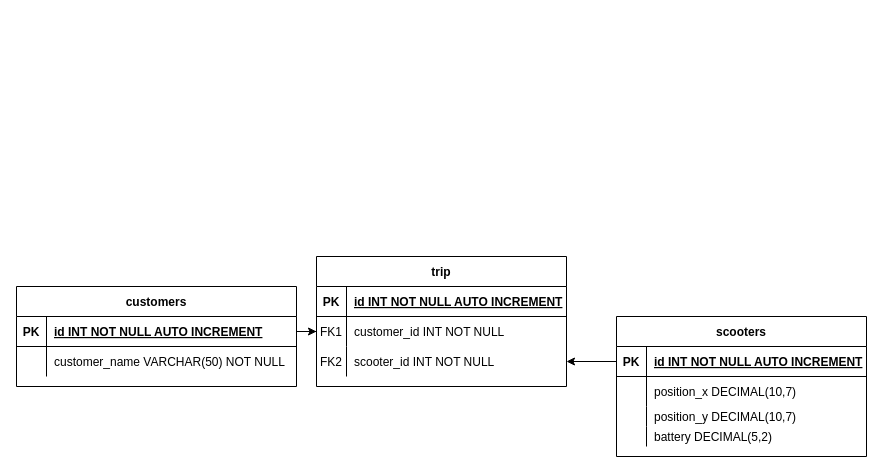
Above: er-diagram.drawio in best-scooter/sds (draw.io), before the change. Source tidied: cells renumbered, new cells numbered last; positions are measured from the earlier drawing's top-left corner, leaving out a move shared by most shapes. Both pictures are drawn from the tidied source at 100%, with x=0, y=0 at pixel (16, 256).
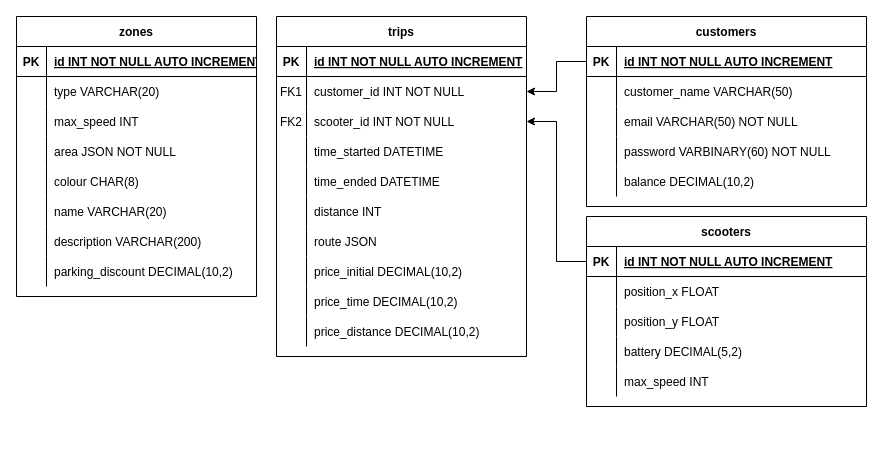
Above is the later version.

Unchanged cells that the change refers to:
```xml
<mxCell id="19" style="shape=partialRectangle;fillColor=none;points=[[0,0.5],[1,0.5]];portConstraint=eastwest;top=0;left=0;right=0;bottom=0;" parent="15" vertex="1">
  <mxGeometry y="60" width="250" height="30" as="geometry" />
</mxCell>
<mxCell id="26" style="shape=partialRectangle;fillColor=none;points=[[0,0.5],[1,0.5]];portConstraint=eastwest;top=0;left=0;right=0;bottom=1;" parent="25" vertex="1">
  <mxGeometry y="30" width="280" height="30" as="geometry" />
</mxCell>
<mxCell id="29" style="shape=partialRectangle;fillColor=none;top=0;left=0;right=0;bottom=0;" parent="25" vertex="1">
  <mxGeometry y="60" width="280" height="30" as="geometry" />
</mxCell>
```

What changed in the source:
```diff
@@
     <mxCell id="2" value="scooters" style="shape=table;startSize=30;childLayout=tableLayout;rowLines=0;fontStyle=1;align=center;" parent="1" vertex="1">
-      <mxGeometry x="600" y="60" width="250" height="140" as="geometry" />
+      <mxGeometry x="570" y="-40" width="280" height="190" as="geometry" />
     </mxCell>
     <mxCell id="3" style="shape=partialRectangle;fillColor=none;points=[[0,0.5],[1,0.5]];portConstraint=eastwest;top=0;left=0;right=0;bottom=1;" parent="2" vertex="1">
-      <mxGeometry y="30" width="250" height="30" as="geometry" />
+      <mxGeometry y="30" width="280" height="30" as="geometry" />
     </mxCell>
@@
     <mxCell id="5" value="id INT NOT NULL AUTO INCREMENT" style="shape=partialRectangle;overflow=hidden;fillColor=none;top=0;left=0;bottom=0;right=0;align=left;spacingLeft=6;fontStyle=5;" parent="3" vertex="1">
-      <mxGeometry x="30" width="220" height="30" as="geometry" />
+      <mxGeometry x="30" width="250" height="30" as="geometry" />
     </mxCell>
     <mxCell id="6" style="shape=partialRectangle;fillColor=none;top=0;left=0;right=0;bottom=0;" parent="2" vertex="1">
-      <mxGeometry y="60" width="250" height="30" as="geometry" />
+      <mxGeometry y="60" width="280" height="30" as="geometry" />
     </mxCell>
@@
-    <mxCell id="8" value="position_x DECIMAL(10,7)" style="shape=partialRectangle;overflow=hidden;fillColor=none;top=0;left=0;bottom=0;right=0;align=left;spacingLeft=6;" parent="6" vertex="1">
-      <mxGeometry x="30" width="220" height="30" as="geometry" />
+    <mxCell id="8" value="position_x FLOAT" style="shape=partialRectangle;overflow=hidden;fillColor=none;top=0;left=0;bottom=0;right=0;align=left;spacingLeft=6;" parent="6" vertex="1">
+      <mxGeometry x="30" width="250" height="30" as="geometry" />
     </mxCell>
-    <mxCell id="9" style="shape=partialRectangle;fillColor=none;top=0;left=0;right=0;bottom=0;" parent="2" vertex="1">
-      <mxGeometry y="90" width="250" height="20" as="geometry" />
-    </mxCell>
-    <mxCell id="10" style="shape=partialRectangle;overflow=hidden;fillColor=none;top=0;left=0;bottom=0;right=0;" parent="9" vertex="1">
-      <mxGeometry width="30" height="20" as="geometry" />
-    </mxCell>
-    <mxCell id="11" value="position_y DECIMAL(10,7)" style="shape=partialRectangle;overflow=hidden;fillColor=none;top=0;left=0;bottom=0;right=0;align=left;spacingLeft=6;" parent="9" vertex="1">
-      <mxGeometry x="30" width="220" height="20" as="geometry" />
-    </mxCell>
-    <mxCell id="12" style="shape=partialRectangle;fillColor=none;top=0;left=0;right=0;bottom=0;" parent="2" vertex="1">
-      <mxGeometry y="110" width="250" height="20" as="geometry" />
-    </mxCell>
-    <mxCell id="13" style="shape=partialRectangle;overflow=hidden;fillColor=none;top=0;left=0;bottom=0;right=0;" parent="12" vertex="1">
-      <mxGeometry width="30" height="20" as="geometry" />
-    </mxCell>
+    <mxCell id="34" style="shape=partialRectangle;fillColor=none;top=0;left=0;right=0;bottom=0;" parent="2" vertex="1">
+      <mxGeometry y="90" width="280" height="30" as="geometry" />
+    </mxCell>
+    <mxCell id="35" style="shape=partialRectangle;overflow=hidden;fillColor=none;top=0;left=0;bottom=0;right=0;" parent="34" vertex="1">
+      <mxGeometry width="30" height="30" as="geometry" />
+    </mxCell>
+    <mxCell id="36" value="position_y FLOAT" style="shape=partialRectangle;overflow=hidden;fillColor=none;top=0;left=0;bottom=0;right=0;align=left;spacingLeft=6;" parent="34" vertex="1">
+      <mxGeometry x="30" width="250" height="30" as="geometry" />
+    </mxCell>
+    <mxCell id="37" style="shape=partialRectangle;fillColor=none;top=0;left=0;right=0;bottom=0;" parent="2" vertex="1">
+      <mxGeometry y="120" width="280" height="30" as="geometry" />
+    </mxCell>
+    <mxCell id="38" style="shape=partialRectangle;overflow=hidden;fillColor=none;top=0;left=0;bottom=0;right=0;" parent="37" vertex="1">
+      <mxGeometry width="30" height="30" as="geometry" />
+    </mxCell>
-    <mxCell id="14" value="battery DECIMAL(5,2)" style="shape=partialRectangle;overflow=hidden;fillColor=none;top=0;left=0;bottom=0;right=0;align=left;spacingLeft=6;" parent="12" vertex="1">
-      <mxGeometry x="30" width="220" height="20" as="geometry" />
+    <mxCell id="14" value="battery DECIMAL(5,2)" style="shape=partialRectangle;overflow=hidden;fillColor=none;top=0;left=0;bottom=0;right=0;align=left;spacingLeft=6;" parent="37" vertex="1">
+      <mxGeometry x="30" width="250" height="30" as="geometry" />
     </mxCell>
+    <mxCell id="39" style="shape=partialRectangle;fillColor=none;top=0;left=0;right=0;bottom=0;" parent="2" vertex="1">
+      <mxGeometry y="150" width="280" height="30" as="geometry" />
+    </mxCell>
+    <mxCell id="40" style="shape=partialRectangle;overflow=hidden;fillColor=none;top=0;left=0;bottom=0;right=0;" parent="39" vertex="1">
+      <mxGeometry width="30" height="30" as="geometry" />
+    </mxCell>
+    <mxCell id="41" value="max_speed INT" style="shape=partialRectangle;overflow=hidden;fillColor=none;top=0;left=0;bottom=0;right=0;align=left;spacingLeft=6;" parent="39" vertex="1">
+      <mxGeometry x="30" width="250" height="30" as="geometry" />
+    </mxCell>
-    <mxCell id="15" value="trip" style="shape=table;startSize=30;childLayout=tableLayout;rowLines=0;fontStyle=1;align=center;" parent="1" vertex="1">
-      <mxGeometry x="300" width="250" height="130" as="geometry" />
+    <mxCell id="15" value="trips" style="shape=table;startSize=30;childLayout=tableLayout;rowLines=0;fontStyle=1;align=center;" parent="1" vertex="1">
+      <mxGeometry x="260" y="-240" width="250" height="340" as="geometry" />
     </mxCell>
@@
+    <mxCell id="42" style="shape=partialRectangle;fillColor=none;top=0;left=0;right=0;bottom=0;" parent="15" vertex="1">
+      <mxGeometry y="120" width="250" height="30" as="geometry" />
+    </mxCell>
+    <mxCell id="43" style="shape=partialRectangle;overflow=hidden;fillColor=none;top=0;left=0;bottom=0;right=0;" parent="42" vertex="1">
+      <mxGeometry width="30" height="30" as="geometry" />
+    </mxCell>
+    <mxCell id="44" value="time_started DATETIME" style="shape=partialRectangle;overflow=hidden;fillColor=none;top=0;left=0;bottom=0;right=0;align=left;spacingLeft=6;" parent="42" vertex="1">
+      <mxGeometry x="30" width="220" height="30" as="geometry" />
+    </mxCell>
+    <mxCell id="45" style="shape=partialRectangle;fillColor=none;top=0;left=0;right=0;bottom=0;" parent="15" vertex="1">
+      <mxGeometry y="150" width="250" height="30" as="geometry" />
+    </mxCell>
+    <mxCell id="46" style="shape=partialRectangle;overflow=hidden;fillColor=none;top=0;left=0;bottom=0;right=0;" parent="45" vertex="1">
+      <mxGeometry width="30" height="30" as="geometry" />
+    </mxCell>
+    <mxCell id="47" value="time_ended DATETIME" style="shape=partialRectangle;overflow=hidden;fillColor=none;top=0;left=0;bottom=0;right=0;align=left;spacingLeft=6;" parent="45" vertex="1">
+      <mxGeometry x="30" width="220" height="30" as="geometry" />
+    </mxCell>
+    <mxCell id="48" style="shape=partialRectangle;fillColor=none;top=0;left=0;right=0;bottom=0;" parent="15" vertex="1">
+      <mxGeometry y="180" width="250" height="30" as="geometry" />
+    </mxCell>
+    <mxCell id="49" style="shape=partialRectangle;overflow=hidden;fillColor=none;top=0;left=0;bottom=0;right=0;" parent="48" vertex="1">
+      <mxGeometry width="30" height="30" as="geometry" />
+    </mxCell>
+    <mxCell id="50" value="distance INT" style="shape=partialRectangle;overflow=hidden;fillColor=none;top=0;left=0;bottom=0;right=0;align=left;spacingLeft=6;" parent="48" vertex="1">
+      <mxGeometry x="30" width="220" height="30" as="geometry" />
+    </mxCell>
+    <mxCell id="51" style="shape=partialRectangle;fillColor=none;top=0;left=0;right=0;bottom=0;" parent="15" vertex="1">
+      <mxGeometry y="210" width="250" height="30" as="geometry" />
+    </mxCell>
+    <mxCell id="52" style="shape=partialRectangle;overflow=hidden;fillColor=none;top=0;left=0;bottom=0;right=0;" parent="51" vertex="1">
+      <mxGeometry width="30" height="30" as="geometry" />
+    </mxCell>
+    <mxCell id="53" value="route JSON" style="shape=partialRectangle;overflow=hidden;fillColor=none;top=0;left=0;bottom=0;right=0;align=left;spacingLeft=6;" parent="51" vertex="1">
+      <mxGeometry x="30" width="220" height="30" as="geometry" />
+    </mxCell>
+    <mxCell id="54" style="shape=partialRectangle;fillColor=none;top=0;left=0;right=0;bottom=0;" parent="15" vertex="1">
+      <mxGeometry y="240" width="250" height="30" as="geometry" />
+    </mxCell>
+    <mxCell id="55" style="shape=partialRectangle;overflow=hidden;fillColor=none;top=0;left=0;bottom=0;right=0;" parent="54" vertex="1">
+      <mxGeometry width="30" height="30" as="geometry" />
+    </mxCell>
+    <mxCell id="56" value="price_initial DECIMAL(10,2)" style="shape=partialRectangle;overflow=hidden;fillColor=none;top=0;left=0;bottom=0;right=0;align=left;spacingLeft=6;" parent="54" vertex="1">
+      <mxGeometry x="30" width="220" height="30" as="geometry" />
+    </mxCell>
+    <mxCell id="57" style="shape=partialRectangle;fillColor=none;top=0;left=0;right=0;bottom=0;" parent="15" vertex="1">
+      <mxGeometry y="270" width="250" height="30" as="geometry" />
+    </mxCell>
+    <mxCell id="58" style="shape=partialRectangle;overflow=hidden;fillColor=none;top=0;left=0;bottom=0;right=0;" parent="57" vertex="1">
+      <mxGeometry width="30" height="30" as="geometry" />
+    </mxCell>
+    <mxCell id="59" value="price_time DECIMAL(10,2)" style="shape=partialRectangle;overflow=hidden;fillColor=none;top=0;left=0;bottom=0;right=0;align=left;spacingLeft=6;" parent="57" vertex="1">
+      <mxGeometry x="30" width="220" height="30" as="geometry" />
+    </mxCell>
+    <mxCell id="60" style="shape=partialRectangle;fillColor=none;top=0;left=0;right=0;bottom=0;" parent="15" vertex="1">
+      <mxGeometry y="300" width="250" height="30" as="geometry" />
+    </mxCell>
+    <mxCell id="61" style="shape=partialRectangle;overflow=hidden;fillColor=none;top=0;left=0;bottom=0;right=0;" parent="60" vertex="1">
+      <mxGeometry width="30" height="30" as="geometry" />
+    </mxCell>
+    <mxCell id="62" value="price_distance DECIMAL(10,2)" style="shape=partialRectangle;overflow=hidden;fillColor=none;top=0;left=0;bottom=0;right=0;align=left;spacingLeft=6;" parent="60" vertex="1">
+      <mxGeometry x="30" width="220" height="30" as="geometry" />
+    </mxCell>
     <mxCell id="25" value="customers" style="shape=table;startSize=30;childLayout=tableLayout;rowLines=0;fontStyle=1;align=center;" parent="1" vertex="1">
-      <mxGeometry y="30" width="280" height="100" as="geometry" />
+      <mxGeometry x="570" y="-240" width="280" height="190" as="geometry" />
     </mxCell>
@@
-    <mxCell id="31" value="customer_name VARCHAR(50) NOT NULL" style="shape=partialRectangle;overflow=hidden;fillColor=none;top=0;left=0;bottom=0;right=0;align=left;spacingLeft=6;" parent="29" vertex="1">
+    <mxCell id="31" value="customer_name VARCHAR(50)" style="shape=partialRectangle;overflow=hidden;fillColor=none;top=0;left=0;bottom=0;right=0;align=left;spacingLeft=6;" parent="29" vertex="1">
       <mxGeometry x="30" width="250" height="30" as="geometry" />
     </mxCell>
+    <mxCell id="63" style="shape=partialRectangle;fillColor=none;top=0;left=0;right=0;bottom=0;" parent="25" vertex="1">
+      <mxGeometry y="90" width="280" height="30" as="geometry" />
+    </mxCell>
+    <mxCell id="64" style="shape=partialRectangle;overflow=hidden;fillColor=none;top=0;left=0;bottom=0;right=0;" parent="63" vertex="1">
+      <mxGeometry width="30" height="30" as="geometry" />
+    </mxCell>
+    <mxCell id="65" value="email VARCHAR(50) NOT NULL" style="shape=partialRectangle;overflow=hidden;fillColor=none;top=0;left=0;bottom=0;right=0;align=left;spacingLeft=6;" parent="63" vertex="1">
+      <mxGeometry x="30" width="250" height="30" as="geometry" />
+    </mxCell>
+    <mxCell id="66" style="shape=partialRectangle;fillColor=none;top=0;left=0;right=0;bottom=0;" parent="25" vertex="1">
+      <mxGeometry y="120" width="280" height="30" as="geometry" />
+    </mxCell>
+    <mxCell id="67" style="shape=partialRectangle;overflow=hidden;fillColor=none;top=0;left=0;bottom=0;right=0;" parent="66" vertex="1">
+      <mxGeometry width="30" height="30" as="geometry" />
+    </mxCell>
+    <mxCell id="68" value="password VARBINARY(60) NOT NULL" style="shape=partialRectangle;overflow=hidden;fillColor=none;top=0;left=0;bottom=0;right=0;align=left;spacingLeft=6;" parent="66" vertex="1">
+      <mxGeometry x="30" width="250" height="30" as="geometry" />
+    </mxCell>
+    <mxCell id="69" style="shape=partialRectangle;fillColor=none;top=0;left=0;right=0;bottom=0;" parent="25" vertex="1">
+      <mxGeometry y="150" width="280" height="30" as="geometry" />
+    </mxCell>
+    <mxCell id="70" style="shape=partialRectangle;overflow=hidden;fillColor=none;top=0;left=0;bottom=0;right=0;" parent="69" vertex="1">
+      <mxGeometry width="30" height="30" as="geometry" />
+    </mxCell>
+    <mxCell id="71" value="balance DECIMAL(10,2)" style="shape=partialRectangle;overflow=hidden;fillColor=none;top=0;left=0;bottom=0;right=0;align=left;spacingLeft=6;" parent="69" vertex="1">
+      <mxGeometry x="30" width="250" height="30" as="geometry" />
+    </mxCell>
-    <mxCell id="32" style="edgeStyle=orthogonalEdgeStyle;rounded=0;jettySize=auto;html=1;exitX=1;exitY=0.5;exitDx=0;exitDy=0;" parent="1" edge="1" source="26" target="19">
+    <mxCell id="32" style="edgeStyle=orthogonalEdgeStyle;rounded=0;jettySize=auto;html=1;" parent="1" edge="1" source="26" target="19">
       <mxGeometry relative="1" as="geometry" />
     </mxCell>
@@
+    <mxCell id="72" value="zones" style="shape=table;startSize=30;childLayout=tableLayout;rowLines=0;fontStyle=1;align=center;" parent="1" vertex="1">
+      <mxGeometry y="-240" width="240" height="280" as="geometry" />
+    </mxCell>
+    <mxCell id="73" style="shape=partialRectangle;fillColor=none;top=0;left=0;right=0;bottom=1;" parent="72" vertex="1">
+      <mxGeometry y="30" width="240" height="30" as="geometry" />
+    </mxCell>
+    <mxCell id="74" value="PK" style="shape=partialRectangle;overflow=hidden;fillColor=none;top=0;left=0;bottom=0;right=0;fontStyle=1;" parent="73" vertex="1">
+      <mxGeometry width="30" height="30" as="geometry" />
+    </mxCell>
+    <mxCell id="75" value="id INT NOT NULL AUTO INCREMENT" style="shape=partialRectangle;overflow=hidden;fillColor=none;top=0;left=0;bottom=0;right=0;align=left;spacingLeft=6;fontStyle=5;" parent="73" vertex="1">
+      <mxGeometry x="30" width="210" height="30" as="geometry" />
+    </mxCell>
+    <mxCell id="76" style="shape=partialRectangle;fillColor=none;top=0;left=0;right=0;bottom=0;" parent="72" vertex="1">
+      <mxGeometry y="60" width="240" height="30" as="geometry" />
+    </mxCell>
+    <mxCell id="77" style="shape=partialRectangle;overflow=hidden;fillColor=none;top=0;left=0;bottom=0;right=0;" parent="76" vertex="1">
+      <mxGeometry width="30" height="30" as="geometry" />
+    </mxCell>
+    <mxCell id="78" value="type VARCHAR(20)" style="shape=partialRectangle;overflow=hidden;fillColor=none;top=0;left=0;bottom=0;right=0;align=left;spacingLeft=6;" parent="76" vertex="1">
+      <mxGeometry x="30" width="210" height="30" as="geometry" />
+    </mxCell>
+    <mxCell id="79" style="shape=partialRectangle;fillColor=none;top=0;left=0;right=0;bottom=0;" parent="72" vertex="1">
+      <mxGeometry y="90" width="240" height="30" as="geometry" />
+    </mxCell>
+    <mxCell id="80" style="shape=partialRectangle;overflow=hidden;fillColor=none;top=0;left=0;bottom=0;right=0;" parent="79" vertex="1">
+      <mxGeometry width="30" height="30" as="geometry" />
+    </mxCell>
+    <mxCell id="81" value="max_speed INT" style="shape=partialRectangle;overflow=hidden;fillColor=none;top=0;left=0;bottom=0;right=0;align=left;spacingLeft=6;" parent="79" vertex="1">
+      <mxGeometry x="30" width="210" height="30" as="geometry" />
+    </mxCell>
+    <mxCell id="82" style="shape=partialRectangle;fillColor=none;top=0;left=0;right=0;bottom=0;" parent="72" vertex="1">
+      <mxGeometry y="120" width="240" height="30" as="geometry" />
+    </mxCell>
+    <mxCell id="83" style="shape=partialRectangle;overflow=hidden;fillColor=none;top=0;left=0;bottom=0;right=0;" parent="82" vertex="1">
+      <mxGeometry width="30" height="30" as="geometry" />
+    </mxCell>
+    <mxCell id="84" value="area JSON NOT NULL" style="shape=partialRectangle;overflow=hidden;fillColor=none;top=0;left=0;bottom=0;right=0;align=left;spacingLeft=6;" parent="82" vertex="1">
+      <mxGeometry x="30" width="210" height="30" as="geometry" />
+    </mxCell>
+    <mxCell id="85" style="shape=partialRectangle;fillColor=none;top=0;left=0;right=0;bottom=0;" parent="72" vertex="1">
+      <mxGeometry y="150" width="240" height="30" as="geometry" />
+    </mxCell>
+    <mxCell id="86" style="shape=partialRectangle;overflow=hidden;fillColor=none;top=0;left=0;bottom=0;right=0;" parent="85" vertex="1">
+      <mxGeometry width="30" height="30" as="geometry" />
+    </mxCell>
+    <mxCell id="87" value="colour CHAR(8)" style="shape=partialRectangle;overflow=hidden;fillColor=none;top=0;left=0;bottom=0;right=0;align=left;spacingLeft=6;" parent="85" vertex="1">
+      <mxGeometry x="30" width="210" height="30" as="geometry" />
+    </mxCell>
+    <mxCell id="88" style="shape=partialRectangle;fillColor=none;top=0;left=0;right=0;bottom=0;" parent="72" vertex="1">
+      <mxGeometry y="180" width="240" height="30" as="geometry" />
+    </mxCell>
+    <mxCell id="89" style="shape=partialRectangle;overflow=hidden;fillColor=none;top=0;left=0;bottom=0;right=0;" parent="88" vertex="1">
+      <mxGeometry width="30" height="30" as="geometry" />
+    </mxCell>
+    <mxCell id="90" value="name VARCHAR(20)" style="shape=partialRectangle;overflow=hidden;fillColor=none;top=0;left=0;bottom=0;right=0;align=left;spacingLeft=6;" parent="88" vertex="1">
+      <mxGeometry x="30" width="210" height="30" as="geometry" />
+    </mxCell>
+    <mxCell id="91" style="shape=partialRectangle;fillColor=none;top=0;left=0;right=0;bottom=0;" parent="72" vertex="1">
+      <mxGeometry y="210" width="240" height="30" as="geometry" />
+    </mxCell>
+    <mxCell id="92" style="shape=partialRectangle;overflow=hidden;fillColor=none;top=0;left=0;bottom=0;right=0;" parent="91" vertex="1">
+      <mxGeometry width="30" height="30" as="geometry" />
+    </mxCell>
+    <mxCell id="93" value="description VARCHAR(200)" style="shape=partialRectangle;overflow=hidden;fillColor=none;top=0;left=0;bottom=0;right=0;align=left;spacingLeft=6;" parent="91" vertex="1">
+      <mxGeometry x="30" width="210" height="30" as="geometry" />
+    </mxCell>
+    <mxCell id="94" style="shape=partialRectangle;fillColor=none;top=0;left=0;right=0;bottom=0;" parent="72" vertex="1">
+      <mxGeometry y="240" width="240" height="30" as="geometry" />
+    </mxCell>
+    <mxCell id="95" style="shape=partialRectangle;overflow=hidden;fillColor=none;top=0;left=0;bottom=0;right=0;" parent="94" vertex="1">
+      <mxGeometry width="30" height="30" as="geometry" />
+    </mxCell>
+    <mxCell id="96" value="parking_discount DECIMAL(10,2)" style="shape=partialRectangle;overflow=hidden;fillColor=none;top=0;left=0;bottom=0;right=0;align=left;spacingLeft=6;" parent="94" vertex="1">
+      <mxGeometry x="30" width="210" height="30" as="geometry" />
+    </mxCell>
```
